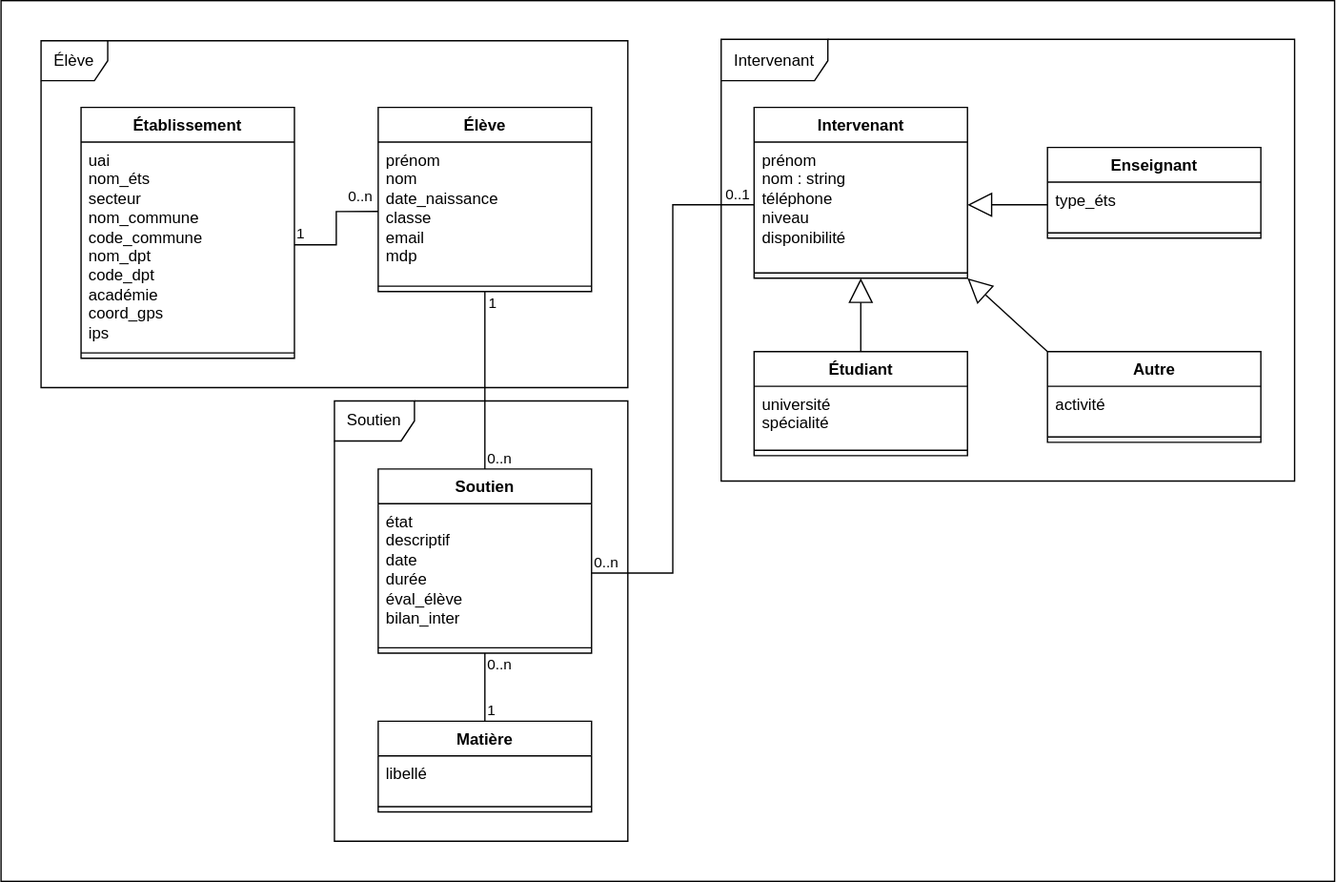
smnpp/instruct-if keeps this draw.io diagram as Conception/Class.svg. Above is the earlier version. Source tidied: cells renumbered, new cells last; positions are measured from the earlier drawing's top-left corner, leaving out a move shared by most shapes.
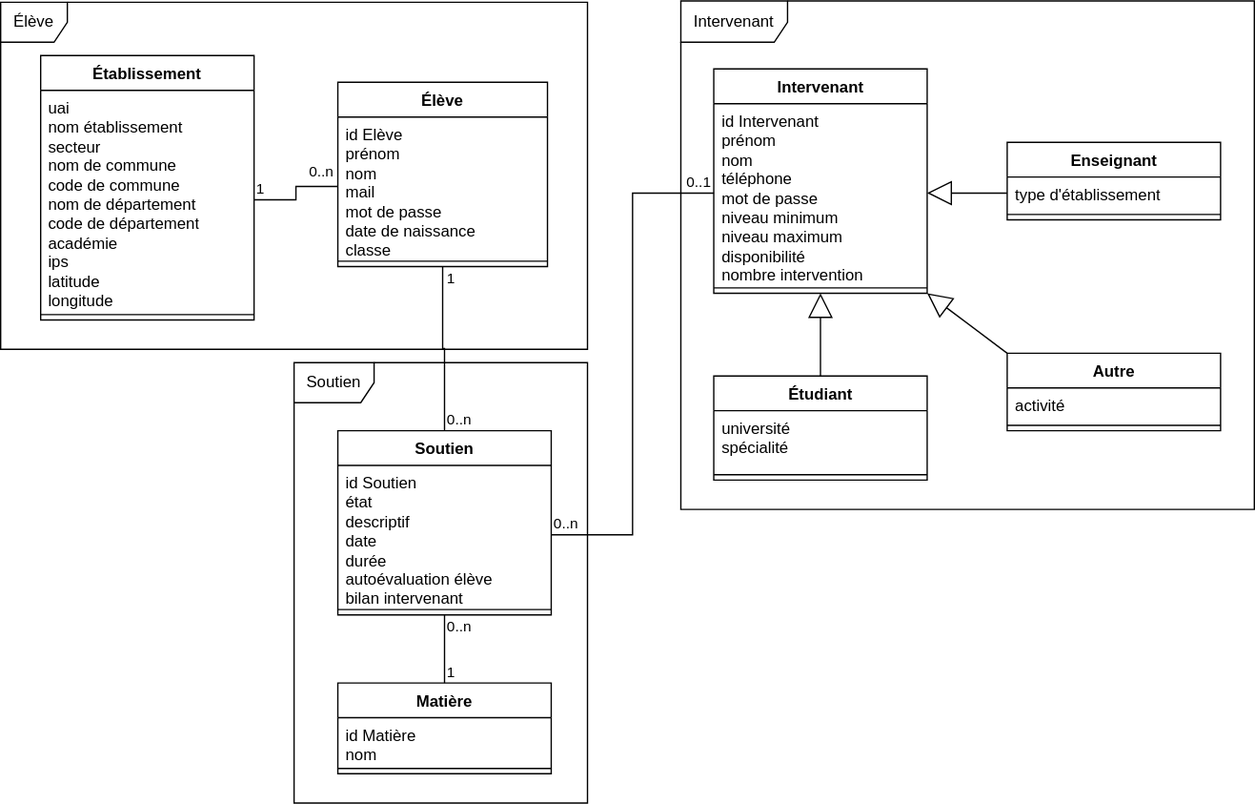
After the commit.

The edit, as a diff of the source:
```diff
@@ -2,20 +2,17 @@
   <root>
     <mxCell id="0" />
     <mxCell id="1" parent="0" />
-    <mxCell id="2" style="whiteSpace=wrap;html=1;" parent="1" vertex="1">
-      <mxGeometry width="1000" height="660" as="geometry" />
-    </mxCell>
     <mxCell id="3" value="Intervenant" style="swimlane;fontStyle=1;align=center;verticalAlign=top;horizontal=1;startSize=26;whiteSpace=wrap;html=1;" parent="1" vertex="1">
-      <mxGeometry x="564.7" y="80" width="160" height="128" as="geometry" />
+      <mxGeometry x="564.7" y="80" width="160" height="168" as="geometry" />
     </mxCell>
-    <mxCell id="4" value="prénom&amp;nbsp;&lt;div&gt;nom : string&lt;/div&gt;&lt;div&gt;téléphone&amp;nbsp;&lt;/div&gt;&lt;div&gt;niveau&amp;nbsp;&lt;/div&gt;&lt;div&gt;disponibilité&amp;nbsp;&lt;/div&gt;" style="text;strokeColor=none;fillColor=none;align=left;verticalAlign=top;spacingLeft=4;spacingRight=4;overflow=hidden;points=[[0,0.5],[1,0.5]];portConstraint=eastwest;whiteSpace=wrap;html=1;" parent="3" vertex="1">
-      <mxGeometry y="26" width="160" height="94" as="geometry" />
+    <mxCell id="4" value="&lt;div&gt;id Intervenant&lt;/div&gt;prénom&amp;nbsp;&lt;div&gt;nom&lt;/div&gt;&lt;div&gt;téléphone&lt;/div&gt;&lt;div&gt;mot de passe&lt;/div&gt;&lt;div&gt;niveau minimum&lt;/div&gt;&lt;div&gt;niveau maximum&lt;/div&gt;&lt;div&gt;disponibilité&lt;/div&gt;&lt;div&gt;nombre intervention&amp;nbsp;&lt;/div&gt;" style="text;strokeColor=none;fillColor=none;align=left;verticalAlign=top;spacingLeft=4;spacingRight=4;overflow=hidden;points=[[0,0.5],[1,0.5]];portConstraint=eastwest;whiteSpace=wrap;html=1;" parent="3" vertex="1">
+      <mxGeometry y="26" width="160" height="134" as="geometry" />
     </mxCell>
     <mxCell id="5" style="line;strokeWidth=1;fillColor=none;align=left;verticalAlign=middle;spacingTop=-1;spacingLeft=3;spacingRight=3;labelPosition=right;strokeColor=inherit;" parent="3" vertex="1">
-      <mxGeometry y="120" width="160" height="8" as="geometry" />
+      <mxGeometry y="160" width="160" height="8" as="geometry" />
     </mxCell>
     <mxCell id="6" value="Étudiant" style="swimlane;fontStyle=1;align=center;verticalAlign=top;horizontal=1;startSize=26;whiteSpace=wrap;html=1;" parent="1" vertex="1">
-      <mxGeometry x="564.7" y="263" width="160" height="78" as="geometry" />
+      <mxGeometry x="564.7" y="310" width="160" height="78" as="geometry" />
     </mxCell>
     <mxCell id="7" value="&lt;div&gt;université &amp;nbsp;&lt;/div&gt;&lt;div&gt;spécialité&amp;nbsp;&lt;/div&gt;" style="text;strokeColor=none;fillColor=none;align=left;verticalAlign=top;spacingLeft=4;spacingRight=4;overflow=hidden;whiteSpace=wrap;html=1;" parent="6" vertex="1">
       <mxGeometry y="26" width="160" height="44" as="geometry" />
@@ -24,45 +21,45 @@
       <mxGeometry y="70" width="160" height="8" as="geometry" />
     </mxCell>
     <mxCell id="9" value="Enseignant" style="swimlane;fontStyle=1;align=center;verticalAlign=top;horizontal=1;startSize=26;whiteSpace=wrap;html=1;" parent="1" vertex="1">
-      <mxGeometry x="784.7" y="110" width="160" height="68" as="geometry" />
+      <mxGeometry x="784.7" y="135" width="160" height="58" as="geometry" />
     </mxCell>
-    <mxCell id="10" value="&lt;div&gt;type_éts&amp;nbsp;&lt;/div&gt;" style="text;strokeColor=none;fillColor=none;align=left;verticalAlign=top;spacingLeft=4;spacingRight=4;overflow=hidden;points=[[0,0.5],[1,0.5]];portConstraint=eastwest;whiteSpace=wrap;html=1;" parent="9" vertex="1">
-      <mxGeometry y="26" width="160" height="34" as="geometry" />
+    <mxCell id="10" value="&lt;div&gt;type d'établissement&lt;/div&gt;" style="text;strokeColor=none;fillColor=none;align=left;verticalAlign=top;spacingLeft=4;spacingRight=4;overflow=hidden;points=[[0,0.5],[1,0.5]];portConstraint=eastwest;whiteSpace=wrap;html=1;" parent="9" vertex="1">
+      <mxGeometry y="26" width="160" height="24" as="geometry" />
     </mxCell>
     <mxCell id="11" style="line;strokeWidth=1;fillColor=none;align=left;verticalAlign=middle;spacingTop=-1;spacingLeft=3;spacingRight=3;labelPosition=right;strokeColor=inherit;" parent="9" vertex="1">
-      <mxGeometry y="60" width="160" height="8" as="geometry" />
+      <mxGeometry y="50" width="160" height="8" as="geometry" />
     </mxCell>
     <mxCell id="12" value="Autre" style="swimlane;fontStyle=1;align=center;verticalAlign=top;horizontal=1;startSize=26;whiteSpace=wrap;html=1;" parent="1" vertex="1">
-      <mxGeometry x="784.7" y="263" width="160" height="68" as="geometry" />
+      <mxGeometry x="784.7" y="293" width="160" height="58" as="geometry" />
     </mxCell>
     <mxCell id="13" value="&lt;div&gt;activité&amp;nbsp;&lt;/div&gt;" style="text;strokeColor=none;fillColor=none;align=left;verticalAlign=top;spacingLeft=4;spacingRight=4;overflow=hidden;whiteSpace=wrap;html=1;" parent="12" vertex="1">
-      <mxGeometry y="26" width="160" height="34" as="geometry" />
+      <mxGeometry y="26" width="160" height="24" as="geometry" />
     </mxCell>
     <mxCell id="14" style="line;strokeWidth=1;fillColor=none;align=left;verticalAlign=middle;spacingTop=-1;spacingLeft=3;spacingRight=3;labelPosition=right;strokeColor=inherit;" parent="12" vertex="1">
-      <mxGeometry y="60" width="160" height="8" as="geometry" />
+      <mxGeometry y="50" width="160" height="8" as="geometry" />
     </mxCell>
     <mxCell id="15" value="Soutien" style="swimlane;fontStyle=1;align=center;verticalAlign=top;horizontal=1;startSize=26;whiteSpace=wrap;html=1;" parent="1" vertex="1">
       <mxGeometry x="282.8" y="351" width="160" height="138" as="geometry" />
     </mxCell>
-    <mxCell id="16" value="&lt;div&gt;état&lt;/div&gt;&lt;div&gt;descriptif&amp;nbsp;&lt;/div&gt;&lt;div&gt;date&amp;nbsp;&lt;/div&gt;&lt;div&gt;durée&amp;nbsp;&lt;/div&gt;&lt;div&gt;éval_élève&amp;nbsp;&lt;/div&gt;&lt;div&gt;bilan_inter&amp;nbsp;&lt;/div&gt;" style="text;strokeColor=none;fillColor=none;align=left;verticalAlign=top;spacingLeft=4;spacingRight=4;overflow=hidden;points=[[0,0.5],[1,0.5]];portConstraint=eastwest;whiteSpace=wrap;html=1;" parent="15" vertex="1">
+    <mxCell id="16" value="&lt;div&gt;id Soutien&lt;/div&gt;&lt;div&gt;état&lt;/div&gt;&lt;div&gt;descriptif&amp;nbsp;&lt;/div&gt;&lt;div&gt;date&lt;/div&gt;&lt;div&gt;durée&amp;nbsp;&lt;/div&gt;&lt;div&gt;autoévaluation élève&amp;nbsp;&lt;/div&gt;&lt;div&gt;bilan intervenant&amp;nbsp;&lt;/div&gt;" style="text;strokeColor=none;fillColor=none;align=left;verticalAlign=top;spacingLeft=4;spacingRight=4;overflow=hidden;points=[[0,0.5],[1,0.5]];portConstraint=eastwest;whiteSpace=wrap;html=1;" parent="15" vertex="1">
       <mxGeometry y="26" width="160" height="104" as="geometry" />
     </mxCell>
     <mxCell id="17" style="line;strokeWidth=1;fillColor=none;align=left;verticalAlign=middle;spacingTop=-1;spacingLeft=3;spacingRight=3;labelPosition=right;strokeColor=inherit;" parent="15" vertex="1">
       <mxGeometry y="130" width="160" height="8" as="geometry" />
     </mxCell>
     <mxCell id="18" value="Élève" style="swimlane;fontStyle=1;align=center;verticalAlign=top;horizontal=1;startSize=26;whiteSpace=wrap;html=1;" parent="1" vertex="1">
-      <mxGeometry x="282.8" y="80" width="160" height="138" as="geometry" />
+      <mxGeometry x="282.8" y="90" width="157.2" height="138" as="geometry" />
     </mxCell>
-    <mxCell id="19" value="&lt;div&gt;prénom&lt;/div&gt;&lt;div&gt;nom&lt;/div&gt;&lt;div&gt;date_naissance&lt;/div&gt;&lt;div&gt;classe&amp;nbsp;&lt;/div&gt;&lt;div&gt;email&amp;nbsp;&lt;/div&gt;&lt;div&gt;mdp&amp;nbsp;&lt;/div&gt;" style="text;strokeColor=none;fillColor=none;align=left;verticalAlign=top;spacingLeft=4;spacingRight=4;overflow=hidden;points=[[0,0.5],[1,0.5]];portConstraint=eastwest;whiteSpace=wrap;html=1;" parent="18" vertex="1">
-      <mxGeometry y="26" width="160" height="104" as="geometry" />
+    <mxCell id="19" value="&lt;div&gt;id Elève&lt;/div&gt;&lt;div&gt;prénom&lt;/div&gt;&lt;div&gt;nom&lt;/div&gt;&lt;div&gt;mail&lt;/div&gt;&lt;div&gt;mot de passe&lt;/div&gt;&lt;div&gt;date de naissance&lt;/div&gt;&lt;div&gt;classe&amp;nbsp;&lt;/div&gt;" style="text;strokeColor=none;fillColor=none;align=left;verticalAlign=top;spacingLeft=4;spacingRight=4;overflow=hidden;points=[[0,0.5],[1,0.5]];portConstraint=eastwest;whiteSpace=wrap;html=1;" parent="18" vertex="1">
+      <mxGeometry y="26" width="157.2" height="104" as="geometry" />
     </mxCell>
     <mxCell id="20" style="line;strokeWidth=1;fillColor=none;align=left;verticalAlign=middle;spacingTop=-1;spacingLeft=3;spacingRight=3;labelPosition=right;strokeColor=inherit;" parent="18" vertex="1">
-      <mxGeometry y="130" width="160" height="8" as="geometry" />
+      <mxGeometry y="130" width="157.2" height="8" as="geometry" />
     </mxCell>
     <mxCell id="21" value="Matière" style="swimlane;fontStyle=1;align=center;verticalAlign=top;horizontal=1;startSize=26;whiteSpace=wrap;html=1;" parent="1" vertex="1">
       <mxGeometry x="282.8" y="540" width="160" height="68" as="geometry" />
     </mxCell>
-    <mxCell id="22" value="libellé&amp;nbsp;" style="text;strokeColor=none;fillColor=none;align=left;verticalAlign=top;spacingLeft=4;spacingRight=4;overflow=hidden;whiteSpace=wrap;html=1;" parent="21" vertex="1">
+    <mxCell id="22" value="&lt;div&gt;id Matière&lt;/div&gt;nom" style="text;strokeColor=none;fillColor=none;align=left;verticalAlign=top;spacingLeft=4;spacingRight=4;overflow=hidden;whiteSpace=wrap;html=1;" parent="21" vertex="1">
       <mxGeometry y="26" width="160" height="34" as="geometry" />
     </mxCell>
     <mxCell id="23" style="line;strokeWidth=1;fillColor=none;align=left;verticalAlign=middle;spacingTop=-1;spacingLeft=3;spacingRight=3;labelPosition=right;strokeColor=inherit;" parent="21" vertex="1">
@@ -109,13 +106,13 @@
       <mxGeometry x="362.8" y="506" as="geometry" />
     </mxCell>
     <mxCell id="36" value="Établissement" style="swimlane;fontStyle=1;align=center;verticalAlign=top;horizontal=1;startSize=26;whiteSpace=wrap;html=1;" parent="1" vertex="1">
-      <mxGeometry x="60" y="80" width="160" height="188" as="geometry" />
+      <mxGeometry x="60" y="70" width="160" height="198" as="geometry" />
     </mxCell>
-    <mxCell id="37" value="&lt;div&gt;uai &amp;nbsp;&lt;/div&gt;&lt;div&gt;nom_éts&lt;/div&gt;&lt;div&gt;secteur&amp;nbsp;&lt;/div&gt;&lt;div&gt;nom_commune&lt;/div&gt;&lt;div&gt;code_commune&lt;/div&gt;&lt;div&gt;nom_dpt&lt;/div&gt;&lt;div&gt;code_dpt&lt;/div&gt;&lt;div&gt;académie&amp;nbsp;&lt;/div&gt;&lt;div&gt;coord_gps&lt;/div&gt;&lt;div&gt;ips&lt;/div&gt;&lt;div&gt;&lt;br&gt;&lt;/div&gt;" style="text;strokeColor=none;fillColor=none;align=left;verticalAlign=top;spacingLeft=4;spacingRight=4;overflow=hidden;points=[[0,0.5],[1,0.5]];portConstraint=eastwest;whiteSpace=wrap;html=1;" parent="36" vertex="1">
-      <mxGeometry y="26" width="160" height="154" as="geometry" />
+    <mxCell id="37" value="&lt;div&gt;uai &amp;nbsp;&lt;/div&gt;&lt;div&gt;nom établissement&lt;/div&gt;&lt;div&gt;secteur&amp;nbsp;&lt;/div&gt;&lt;div&gt;nom de commune&lt;/div&gt;&lt;div&gt;code de commune&lt;/div&gt;&lt;div&gt;nom de département&lt;/div&gt;&lt;div&gt;code de département&lt;/div&gt;&lt;div&gt;académie&amp;nbsp;&lt;/div&gt;&lt;div&gt;ips&lt;/div&gt;&lt;div&gt;latitude&lt;/div&gt;&lt;div&gt;longitude&lt;/div&gt;" style="text;strokeColor=none;fillColor=none;align=left;verticalAlign=top;spacingLeft=4;spacingRight=4;overflow=hidden;points=[[0,0.5],[1,0.5]];portConstraint=eastwest;whiteSpace=wrap;html=1;" parent="36" vertex="1">
+      <mxGeometry y="26" width="160" height="164" as="geometry" />
     </mxCell>
     <mxCell id="38" style="line;strokeWidth=1;fillColor=none;align=left;verticalAlign=middle;spacingTop=-1;spacingLeft=3;spacingRight=3;labelPosition=right;strokeColor=inherit;" parent="36" vertex="1">
-      <mxGeometry y="180" width="160" height="8" as="geometry" />
+      <mxGeometry y="190" width="160" height="8" as="geometry" />
     </mxCell>
     <mxCell id="39" style="endArrow=none;html=1;edgeStyle=orthogonalEdgeStyle;rounded=0;exitX=1;exitY=0.5;exitDx=0;exitDy=0;entryX=0;entryY=0.5;entryDx=0;entryDy=0;" parent="1" edge="1" source="37" target="19">
       <mxGeometry relative="1" as="geometry" />
@@ -135,7 +132,7 @@
       <mxGeometry x="250" y="300" width="220" height="330" as="geometry" />
     </mxCell>
     <mxCell id="44" value="Intervenant" style="shape=umlFrame;whiteSpace=wrap;html=1;width=80;height=31;" parent="1" vertex="1">
-      <mxGeometry x="540" y="29" width="430" height="331" as="geometry" />
+      <mxGeometry x="540" y="29" width="430" height="381" as="geometry" />
     </mxCell>
   </root>
 </mxGraphModel>
```
